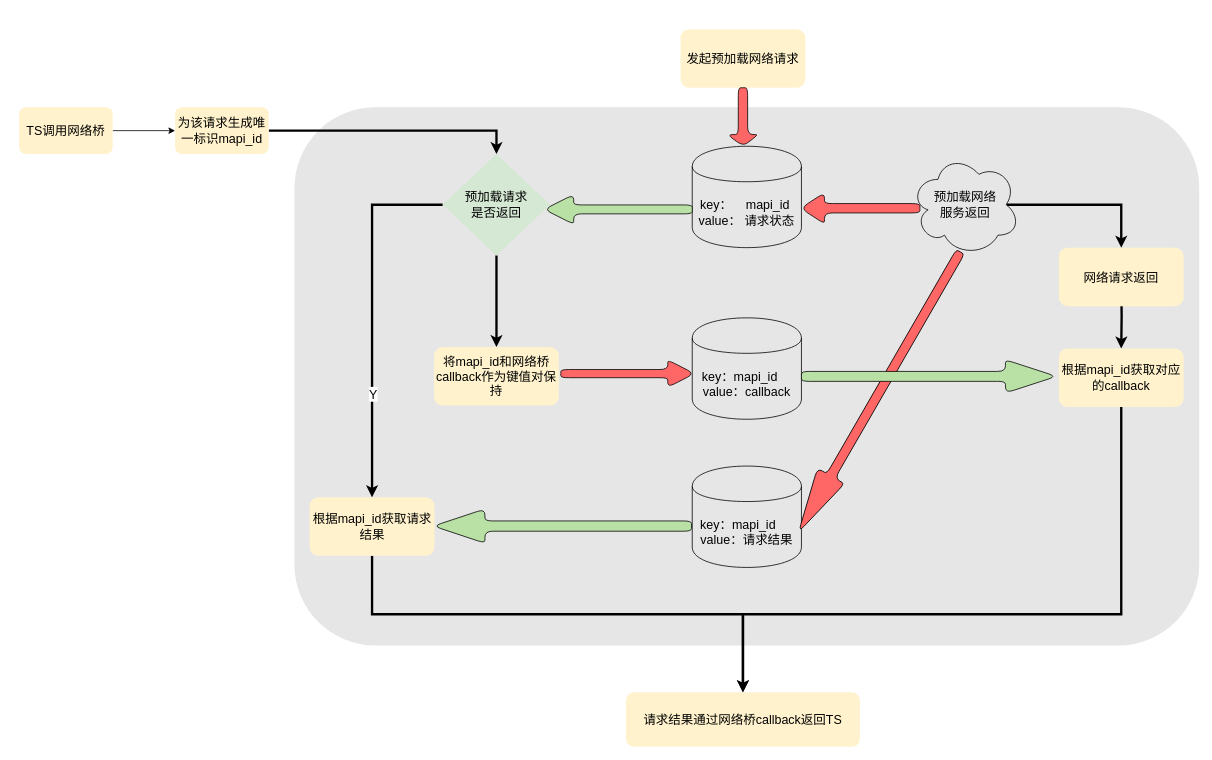
The draw.io diagram page "第 16 页" (16 of 16) of 未命名绘图.drawio in hpk1994/shophome, before the edit. Source tidied: cells renumbered, new cells numbered last; positions are measured from the earlier drawing's top-left corner, leaving out a move shared by most shapes. Both pictures are drawn from the tidied source at 78%, with x=0, y=0 at pixel (19, 29).
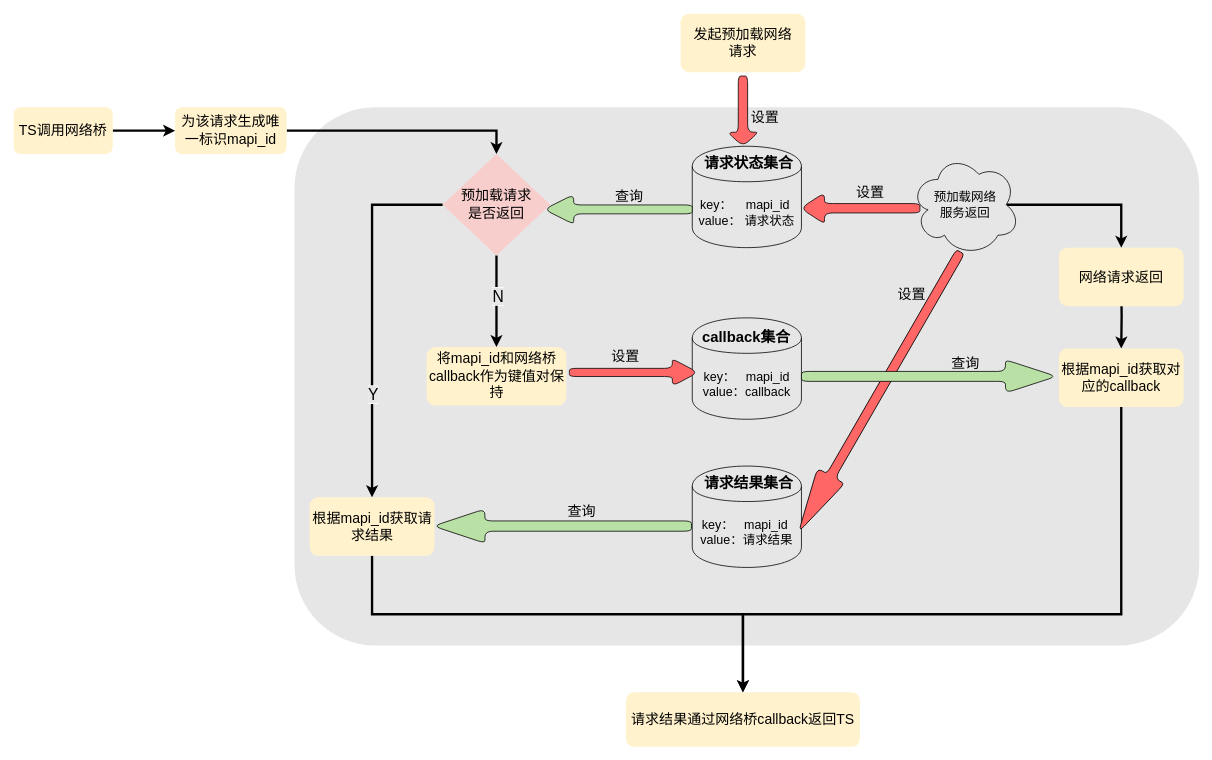
The same page after the edit.

The change refers to these unchanged cells:
```xml
<mxCell id="5" style="edgeStyle=orthogonalEdgeStyle;rounded=0;jettySize=auto;html=1;exitX=0;exitY=0.5;exitDx=0;exitDy=0;fontSize=16;strokeWidth=3;" parent="1" edge="1" source="8" target="19">
  <mxGeometry relative="1" as="geometry" />
</mxCell>
<mxCell id="7" style="edgeStyle=orthogonalEdgeStyle;rounded=0;jettySize=auto;html=1;exitX=0.5;exitY=1;exitDx=0;exitDy=0;entryX=0.5;entryY=0;entryDx=0;entryDy=0;fontSize=16;strokeWidth=3;" parent="1" edge="1" source="8" target="12">
  <mxGeometry relative="1" as="geometry" />
</mxCell>
```

Diff of the diagram source:
```diff
@@
-    <mxCell id="3" style="edgeStyle=orthogonalEdgeStyle;rounded=0;jettySize=auto;html=1;exitX=1;exitY=0.5;exitDx=0;exitDy=0;entryX=0;entryY=0.5;entryDx=0;entryDy=0;fontSize=16;" parent="1" edge="1" source="4" target="10">
+    <mxCell id="3" style="edgeStyle=orthogonalEdgeStyle;rounded=0;jettySize=auto;html=1;exitX=1;exitY=0.5;exitDx=0;exitDy=0;entryX=0;entryY=0.5;entryDx=0;entryDy=0;fontSize=16;strokeWidth=3;" parent="1" edge="1" source="4" target="10">
       <mxGeometry relative="1" as="geometry" />
     </mxCell>
-    <mxCell id="4" value="TS调用网络桥" style="rounded=1;whiteSpace=wrap;html=1;fontSize=16;fillColor=#fff2cc;strokeColor=none;" parent="1" vertex="1">
-      <mxGeometry y="100" width="120" height="60" as="geometry" />
+    <mxCell id="4" value="&lt;font style=&quot;font-size: 18px&quot;&gt;TS调用网络桥&lt;/font&gt;" style="rounded=1;whiteSpace=wrap;html=1;fontSize=16;fillColor=#fff2cc;strokeColor=none;" parent="1" vertex="1">
+      <mxGeometry x="-7" y="100" width="127" height="60" as="geometry" />
     </mxCell>
@@
-    <mxCell id="6" value="Y" style="text;html=1;align=center;verticalAlign=middle;labelBackgroundColor=#ffffff;fontSize=16;" parent="5" vertex="1">
+    <mxCell id="6" value="&lt;font style=&quot;font-size: 20px ; background-color: rgb(230 , 230 , 230)&quot;&gt;Y&lt;/font&gt;" style="text;html=1;align=center;verticalAlign=middle;labelBackgroundColor=#ffffff;fontSize=16;" parent="5" vertex="1">
       <mxGeometry x="0.3" y="1" relative="1" as="geometry">
         <mxPoint y="30" as="offset" />
       </mxGeometry>
     </mxCell>
@@
+    <mxCell id="32" value="&lt;font style=&quot;font-size: 20px ; background-color: rgb(230 , 230 , 230)&quot;&gt;N&lt;/font&gt;" style="text;html=1;align=center;verticalAlign=middle;labelBackgroundColor=#ffffff;fontSize=16;" parent="7" vertex="1">
+      <mxGeometry x="-0.13" y="1" relative="1" as="geometry" />
+    </mxCell>
-    <mxCell id="8" value="预加载请求&lt;br&gt;是否返回" style="rhombus;whiteSpace=wrap;html=1;fontSize=16;fillColor=#d5e8d4;strokeColor=none;" parent="1" vertex="1">
+    <mxCell id="8" value="&lt;font style=&quot;font-size: 18px&quot;&gt;预加载请求&lt;br&gt;是否返回&lt;/font&gt;" style="rhombus;whiteSpace=wrap;html=1;fontSize=16;fillColor=#f8cecc;strokeColor=none;" parent="1" vertex="1">
       <mxGeometry x="543" y="160" width="138" height="130" as="geometry" />
     </mxCell>
@@
-    <mxCell id="10" value="为该请求生成唯一标识mapi_id" style="rounded=1;whiteSpace=wrap;html=1;fontSize=16;fillColor=#fff2cc;strokeColor=none;" parent="1" vertex="1">
-      <mxGeometry x="200" y="100" width="120" height="60" as="geometry" />
+    <mxCell id="10" value="&lt;font style=&quot;font-size: 18px&quot;&gt;为该请求生成唯一标识mapi_id&lt;/font&gt;" style="rounded=1;whiteSpace=wrap;html=1;fontSize=16;fillColor=#fff2cc;strokeColor=none;" parent="1" vertex="1">
+      <mxGeometry x="200" y="100" width="143" height="60" as="geometry" />
     </mxCell>
-    <mxCell id="11" value="请求结果通过网络桥callback返回TS" style="rounded=1;whiteSpace=wrap;html=1;fontSize=16;fillColor=#fff2cc;strokeColor=none;" parent="1" vertex="1">
+    <mxCell id="11" value="&lt;font style=&quot;font-size: 18px&quot;&gt;请求结果通过网络桥callback返回TS&lt;/font&gt;" style="rounded=1;whiteSpace=wrap;html=1;fontSize=16;fillColor=#fff2cc;strokeColor=none;" parent="1" vertex="1">
       <mxGeometry x="778" y="850" width="300" height="70" as="geometry" />
     </mxCell>
-    <mxCell id="12" value="将mapi_id和网络桥callback作为键值对保持" style="rounded=1;whiteSpace=wrap;html=1;fontSize=16;fillColor=#fff2cc;strokeColor=none;" parent="1" vertex="1">
-      <mxGeometry x="532" y="407.5" width="160" height="75" as="geometry" />
+    <mxCell id="12" value="&lt;font style=&quot;font-size: 18px&quot;&gt;将mapi_id和网络桥callback作为键值对保持&lt;/font&gt;" style="rounded=1;whiteSpace=wrap;html=1;fontSize=16;fillColor=#fff2cc;strokeColor=none;" parent="1" vertex="1">
+      <mxGeometry x="522.5" y="407.5" width="179" height="75" as="geometry" />
     </mxCell>
@@
-    <mxCell id="15" value="key：mapi_id&amp;nbsp; &amp;nbsp; &amp;nbsp;&lt;br&gt;value：请求结果" style="shape=cylinder;whiteSpace=wrap;html=1;boundedLbl=1;backgroundOutline=1;rounded=1;labelBackgroundColor=#E6E6E6;strokeColor=#000000;strokeWidth=1;fillColor=#E6E6E6;fontSize=16;" parent="1" vertex="1">
+    <mxCell id="15" value="key：&amp;nbsp; &amp;nbsp;mapi_id&amp;nbsp;&lt;br&gt;value：请求结果" style="shape=cylinder;whiteSpace=wrap;html=1;boundedLbl=1;backgroundOutline=1;rounded=1;labelBackgroundColor=#E6E6E6;strokeColor=#000000;strokeWidth=1;fillColor=#E6E6E6;fontSize=16;" parent="1" vertex="1">
       <mxGeometry x="863" y="560" width="140" height="130" as="geometry" />
     </mxCell>
-    <mxCell id="16" value="key：mapi_id&amp;nbsp; &amp;nbsp;&amp;nbsp;&lt;br&gt;value：callback" style="shape=cylinder;whiteSpace=wrap;html=1;boundedLbl=1;backgroundOutline=1;rounded=1;labelBackgroundColor=#E6E6E6;strokeColor=#000000;strokeWidth=1;fillColor=#E6E6E6;fontSize=16;" parent="1" vertex="1">
+    <mxCell id="16" value="key：&amp;nbsp; &amp;nbsp;mapi_id&lt;br&gt;value：callback" style="shape=cylinder;whiteSpace=wrap;html=1;boundedLbl=1;backgroundOutline=1;rounded=1;labelBackgroundColor=#E6E6E6;strokeColor=#000000;strokeWidth=1;fillColor=#E6E6E6;fontSize=16;" parent="1" vertex="1">
       <mxGeometry x="863" y="370" width="140" height="130" as="geometry" />
     </mxCell>
@@
-    <mxCell id="19" value="根据mapi_id获取请求结果" style="rounded=1;whiteSpace=wrap;html=1;fontSize=16;fillColor=#fff2cc;strokeColor=none;" parent="1" vertex="1">
+    <mxCell id="19" value="&lt;font style=&quot;font-size: 18px&quot;&gt;根据mapi_id获取请求结果&lt;/font&gt;" style="rounded=1;whiteSpace=wrap;html=1;fontSize=16;fillColor=#fff2cc;strokeColor=none;" parent="1" vertex="1">
       <mxGeometry x="372.5" y="600" width="160" height="75" as="geometry" />
     </mxCell>
@@
-    <mxCell id="22" value="网络请求返回" style="rounded=1;whiteSpace=wrap;html=1;fontSize=16;fillColor=#fff2cc;strokeColor=none;" parent="1" vertex="1">
+    <mxCell id="22" value="&lt;font style=&quot;font-size: 18px&quot;&gt;网络请求返回&lt;/font&gt;" style="rounded=1;whiteSpace=wrap;html=1;fontSize=16;fillColor=#fff2cc;strokeColor=none;" parent="1" vertex="1">
       <mxGeometry x="1333" y="280" width="160" height="75" as="geometry" />
     </mxCell>
@@
-    <mxCell id="24" value="根据mapi_id获取对应的callback" style="rounded=1;whiteSpace=wrap;html=1;fontSize=16;fillColor=#fff2cc;strokeColor=none;" parent="1" vertex="1">
+    <mxCell id="24" value="&lt;font style=&quot;font-size: 18px&quot;&gt;根据mapi_id获取对应的callback&lt;/font&gt;" style="rounded=1;whiteSpace=wrap;html=1;fontSize=16;fillColor=#fff2cc;strokeColor=none;" parent="1" vertex="1">
       <mxGeometry x="1333" y="409.3" width="160" height="75" as="geometry" />
     </mxCell>
-    <mxCell id="25" value="发起预加载网络请求" style="rounded=1;whiteSpace=wrap;html=1;fontSize=16;fillColor=#fff2cc;strokeColor=none;" parent="1" vertex="1">
-      <mxGeometry x="848" width="160" height="75" as="geometry" />
+    <mxCell id="25" value="&lt;font style=&quot;font-size: 18px&quot;&gt;发起预加载网络&lt;br&gt;请求&lt;/font&gt;" style="rounded=1;whiteSpace=wrap;html=1;fontSize=16;fillColor=#fff2cc;strokeColor=none;" parent="1" vertex="1">
+      <mxGeometry x="848" y="-20" width="160" height="75" as="geometry" />
     </mxCell>
     <mxCell id="26" style="shape=singleArrow;direction=south;whiteSpace=wrap;html=1;rounded=1;labelBackgroundColor=#E6E6E6;strokeColor=#000000;strokeWidth=1;fillColor=#FF6666;fontSize=16;" parent="1" vertex="1">
-      <mxGeometry x="908" y="75" width="40" height="75" as="geometry" />
+      <mxGeometry x="908" y="60" width="40" height="90" as="geometry" />
     </mxCell>
     <mxCell id="27" style="shape=singleArrow;direction=south;whiteSpace=wrap;html=1;rounded=1;labelBackgroundColor=#E6E6E6;strokeColor=#000000;strokeWidth=1;fillColor=#FF6666;fontSize=16;rotation=-90;" parent="1" vertex="1">
-      <mxGeometry x="762.7" y="355.8" width="35" height="171.4" as="geometry" />
+      <mxGeometry x="770.5" y="357.5" width="35" height="165" as="geometry" />
     </mxCell>
@@
+    <mxCell id="33" value="&lt;font style=&quot;font-size: 19px&quot;&gt;&lt;b&gt;请求状态集合&lt;/b&gt;&lt;/font&gt;" style="text;html=1;align=center;verticalAlign=middle;fontSize=16;" parent="1" vertex="1">
+      <mxGeometry x="873" y="160" width="124" height="25" as="geometry" />
+    </mxCell>
+    <mxCell id="34" value="&lt;font style=&quot;font-size: 19px&quot;&gt;&lt;b&gt;callback集合&lt;/b&gt;&lt;/font&gt;" style="text;html=1;align=center;verticalAlign=middle;fontSize=16;" parent="1" vertex="1">
+      <mxGeometry x="870" y="382.5" width="123" height="25" as="geometry" />
+    </mxCell>
+    <mxCell id="35" value="&lt;font style=&quot;font-size: 19px&quot;&gt;&lt;b&gt;请求结果集合&lt;/b&gt;&lt;/font&gt;" style="text;html=1;align=center;verticalAlign=middle;fontSize=16;" parent="1" vertex="1">
+      <mxGeometry x="873" y="570" width="124" height="25" as="geometry" />
+    </mxCell>
+    <mxCell id="36" value="&lt;font style=&quot;font-size: 18px&quot;&gt;查询&lt;/font&gt;" style="text;html=1;align=center;verticalAlign=middle;fontSize=16;" parent="1" vertex="1">
+      <mxGeometry x="759.4" y="202.5" width="46" height="25" as="geometry" />
+    </mxCell>
+    <mxCell id="37" value="&lt;font style=&quot;font-size: 18px&quot;&gt;查询&lt;/font&gt;" style="text;html=1;align=center;verticalAlign=middle;fontSize=16;" parent="1" vertex="1">
+      <mxGeometry x="698" y="606" width="46" height="25" as="geometry" />
+    </mxCell>
+    <mxCell id="38" value="&lt;font style=&quot;font-size: 18px&quot;&gt;查询&lt;/font&gt;" style="text;html=1;align=center;verticalAlign=middle;fontSize=16;" parent="1" vertex="1">
+      <mxGeometry x="1190" y="416" width="46" height="25" as="geometry" />
+    </mxCell>
+    <mxCell id="39" value="&lt;font style=&quot;font-size: 18px&quot;&gt;设置&lt;/font&gt;" style="text;html=1;align=center;verticalAlign=middle;fontSize=16;" parent="1" vertex="1">
+      <mxGeometry x="1121" y="327" width="46" height="25" as="geometry" />
+    </mxCell>
+    <mxCell id="40" value="&lt;font style=&quot;font-size: 18px&quot;&gt;设置&lt;/font&gt;" style="text;html=1;align=center;verticalAlign=middle;fontSize=16;" parent="1" vertex="1">
+      <mxGeometry x="754" y="407.5" width="46" height="25" as="geometry" />
+    </mxCell>
+    <mxCell id="41" value="&lt;font style=&quot;font-size: 18px&quot;&gt;设置&lt;/font&gt;" style="text;html=1;align=center;verticalAlign=middle;fontSize=16;" parent="1" vertex="1">
+      <mxGeometry x="1068" y="196" width="46" height="25" as="geometry" />
+    </mxCell>
+    <mxCell id="42" value="&lt;font style=&quot;font-size: 18px&quot;&gt;设置&lt;/font&gt;" style="text;html=1;align=center;verticalAlign=middle;fontSize=16;" parent="1" vertex="1">
+      <mxGeometry x="933" y="100" width="46" height="25" as="geometry" />
+    </mxCell>
```
